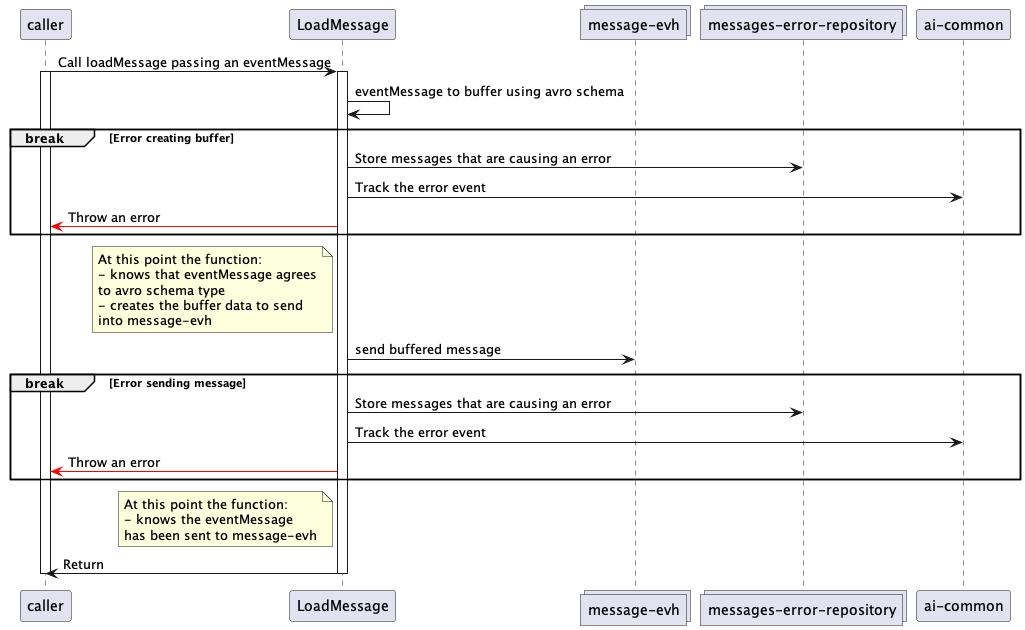
The PlantUML diagram docs/load-message/load-message.png in pagopa/io-messages, before a commit.
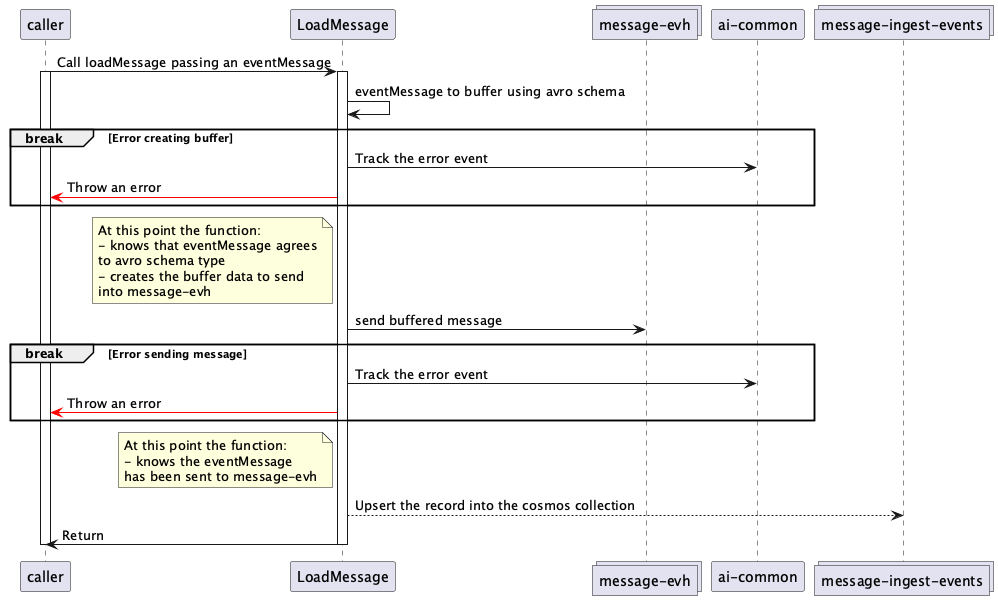
The same file after the commit.

Diff of the diagram source:
```diff
@@ -3,17 +3,15 @@
 participant caller
 participant LoadMessage as lm
 collections "message-evh" as evh
-collections "messages-error-repository" as msgErrorRepo
 participant "ai-common" as ai
+collections "message-ingest-events" as mie
 
 caller -> lm : Call loadMessage passing an eventMessage
 activate caller
 activate lm
 
-
 lm -> lm : eventMessage to buffer using avro schema
 break Error creating buffer
-  lm -> msgErrorRepo: Store messages that are causing an error
   lm -> ai : Track the error event
   lm -[#red]> caller : Throw an error
 end
@@ -28,7 +26,6 @@
 
 lm -> evh : send buffered message
 break Error sending message
-  lm -> msgErrorRepo: Store messages that are causing an error
   lm -> ai : Track the error event
   lm -[#red]> caller : Throw an error
 end
@@ -39,6 +36,8 @@
   has been sent to message-evh
 end note
 
+lm --> mie : Upsert the record into the cosmos collection
+
 lm -> caller : Return
 deactivate lm
 deactivate caller
```
